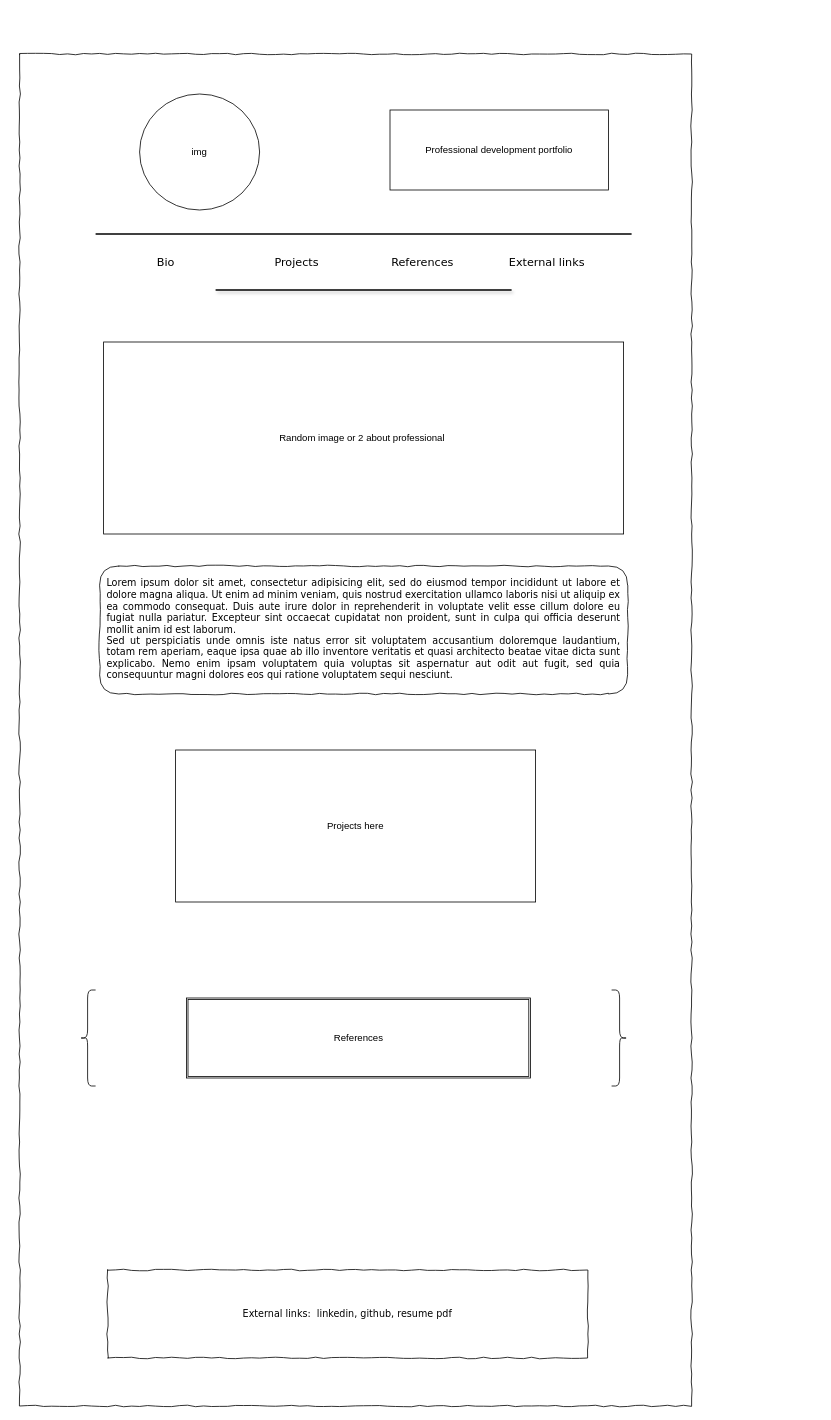
Earlier version of the draw.io diagram Mobile-wireframe.drawio (kicknback/Portfolio). Source tidied: cells renumbered, new cells numbered last; positions are measured from the earlier drawing's top-left corner, leaving out a move shared by most shapes. Both pictures are drawn from the tidied source at 80%, with x=0, y=0 at pixel (19, 54).
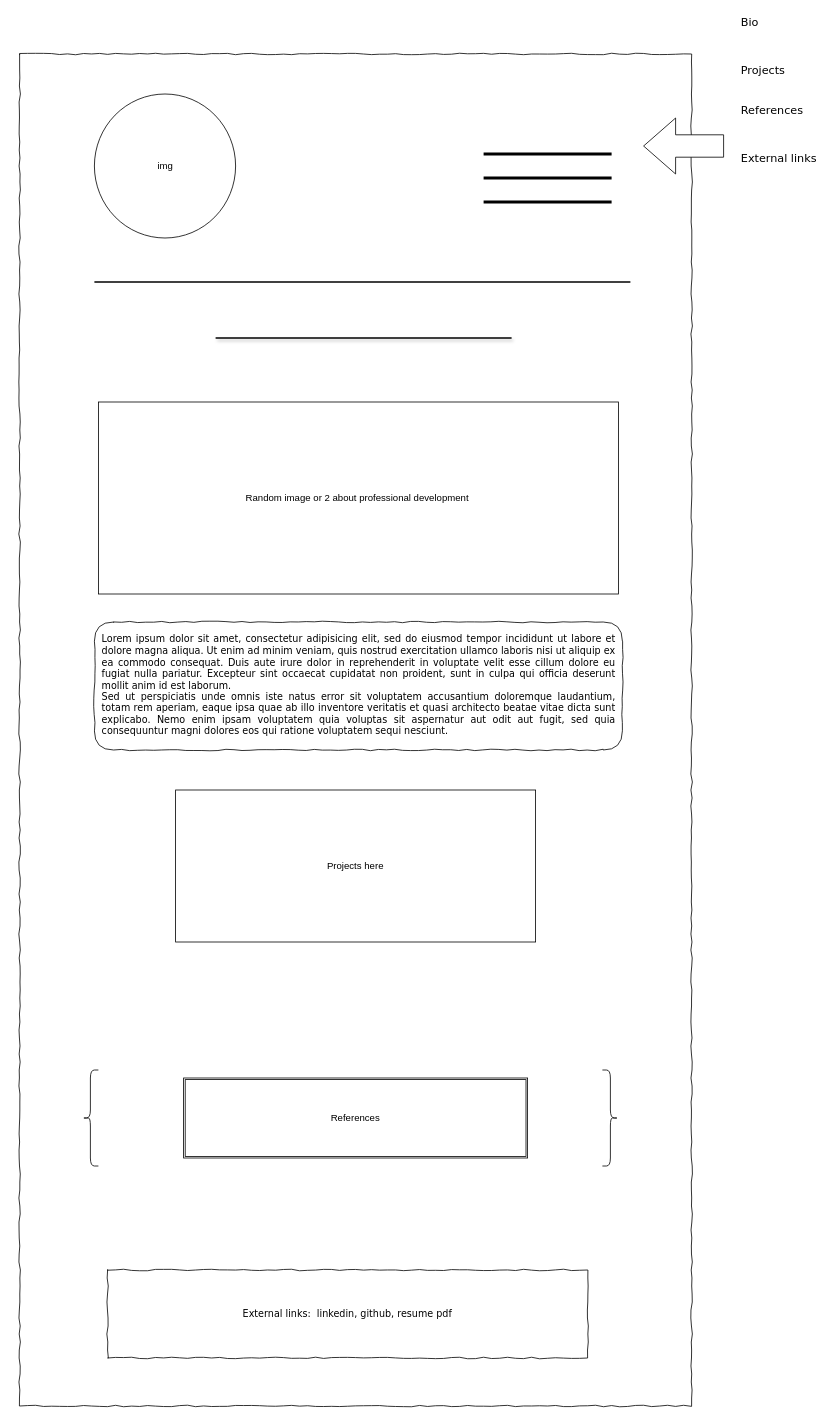
After the change.

Change to the diagram source:
```diff
@@
     <mxCell id="4" value="Bio" style="text;html=1;align=left;verticalAlign=top;spacingTop=-4;fontSize=14;fontFamily=Verdana;" parent="1" vertex="1">
-      <mxGeometry x="170" y="250" width="60" height="20" as="geometry" />
+      <mxGeometry x="900" y="-50" width="60" height="20" as="geometry" />
     </mxCell>
     <mxCell id="5" value="Projects" style="text;html=1;align=left;verticalAlign=top;spacingTop=-4;fontSize=14;fontFamily=Verdana;" parent="1" vertex="1">
-      <mxGeometry x="317" y="250" width="60" height="20" as="geometry" />
+      <mxGeometry x="900" y="10" width="60" height="20" as="geometry" />
     </mxCell>
     <mxCell id="6" value="References" style="text;html=1;align=left;verticalAlign=top;spacingTop=-4;fontSize=14;fontFamily=Verdana;" parent="1" vertex="1">
-      <mxGeometry x="463" y="250" width="60" height="20" as="geometry" />
+      <mxGeometry x="900" y="60" width="60" height="20" as="geometry" />
     </mxCell>
     <mxCell id="7" value="External links" style="text;html=1;align=left;verticalAlign=top;spacingTop=-4;fontSize=14;fontFamily=Verdana;" parent="1" vertex="1">
-      <mxGeometry x="610" y="250" width="60" height="20" as="geometry" />
+      <mxGeometry x="900" y="120" width="60" height="20" as="geometry" />
     </mxCell>
     <mxCell id="8" value="&lt;div style=&quot;text-align: justify&quot;&gt;&lt;span&gt;Lorem ipsum dolor sit amet, consectetur adipisicing elit, sed do eiusmod tempor incididunt ut labore et dolore magna aliqua. Ut enim ad minim veniam, quis nostrud exercitation ullamco laboris nisi ut aliquip ex ea commodo consequat. Duis aute irure dolor in reprehenderit in voluptate velit esse cillum dolore eu fugiat nulla pariatur. Excepteur sint occaecat cupidatat non proident, sunt in culpa qui officia deserunt mollit anim id est laborum.&lt;/span&gt;&lt;/div&gt;&lt;div style=&quot;text-align: justify&quot;&gt;&lt;span&gt;Sed ut perspiciatis unde omnis iste natus error sit voluptatem accusantium doloremque laudantium, totam rem aperiam, eaque ipsa quae ab illo inventore veritatis et quasi architecto beatae vitae dicta sunt explicabo. Nemo enim ipsam voluptatem quia voluptas sit aspernatur aut odit aut fugit, sed quia consequuntur magni dolores eos qui ratione voluptatem sequi nesciunt.&amp;nbsp;&lt;/span&gt;&lt;/div&gt;" style="whiteSpace=wrap;html=1;rounded=1;shadow=0;labelBackgroundColor=none;strokeWidth=1;fillColor=none;fontFamily=Verdana;fontSize=12;align=center;verticalAlign=top;spacing=10;comic=1;" parent="1" vertex="1">
-      <mxGeometry x="100" y="640" width="660" height="160" as="geometry" />
+      <mxGeometry x="93.5" y="710" width="660" height="160" as="geometry" />
     </mxCell>
@@
     <mxCell id="10" style="line;strokeWidth=2;html=1;rounded=1;shadow=1;glass=0;gradientColor=none;" parent="1" vertex="1">
-      <mxGeometry x="245" y="290" width="370" height="10" as="geometry" />
+      <mxGeometry x="245" y="350" width="370" height="10" as="geometry" />
     </mxCell>
     <mxCell id="11" value="img" style="ellipse;whiteSpace=wrap;html=1;" parent="1" vertex="1">
-      <mxGeometry x="150" y="50" width="150" height="145" as="geometry" />
+      <mxGeometry x="93.5" y="50" width="176.5" height="180" as="geometry" />
     </mxCell>
-    <mxCell id="12" value="Professional development portfolio" style="rounded=0;whiteSpace=wrap;html=1;" parent="1" vertex="1">
-      <mxGeometry x="463" y="70" width="273" height="100" as="geometry" />
-    </mxCell>
-    <mxCell id="13" value="Random image or 2 about professional&amp;nbsp;" style="rounded=0;whiteSpace=wrap;html=1;" parent="1" vertex="1">
-      <mxGeometry x="105" y="360" width="650" height="240" as="geometry" />
+    <mxCell id="13" value="Random image or 2 about professional development&amp;nbsp;" style="rounded=0;whiteSpace=wrap;html=1;" parent="1" vertex="1">
+      <mxGeometry x="98.5" y="435" width="650" height="240" as="geometry" />
     </mxCell>
     <mxCell id="14" value="Projects here" style="rounded=0;whiteSpace=wrap;html=1;" parent="1" vertex="1">
-      <mxGeometry x="195" y="870" width="450" height="190" as="geometry" />
+      <mxGeometry x="195" y="920" width="450" height="190" as="geometry" />
     </mxCell>
     <mxCell id="15" style="line;strokeWidth=2;html=1;" parent="1" vertex="1">
-      <mxGeometry x="95" y="220" width="670" height="10" as="geometry" />
+      <mxGeometry x="93.5" y="280" width="670" height="10" as="geometry" />
     </mxCell>
     <mxCell id="16" style="shape=curlyBracket;whiteSpace=wrap;html=1;rounded=1;" parent="1" vertex="1">
-      <mxGeometry x="75" y="1170" width="20" height="120" as="geometry" />
+      <mxGeometry x="78.5" y="1270" width="20" height="120" as="geometry" />
     </mxCell>
     <mxCell id="17" style="shape=curlyBracket;whiteSpace=wrap;html=1;rounded=1;flipH=1;" parent="1" vertex="1">
-      <mxGeometry x="740" y="1170" width="20" height="120" as="geometry" />
+      <mxGeometry x="728.5" y="1270" width="20" height="120" as="geometry" />
     </mxCell>
     <mxCell id="18" value="References" style="shape=ext;double=1;rounded=0;whiteSpace=wrap;html=1;" parent="1" vertex="1">
-      <mxGeometry x="208.5" y="1180" width="430" height="100" as="geometry" />
+      <mxGeometry x="205" y="1280" width="430" height="100" as="geometry" />
     </mxCell>
+    <mxCell id="19" style="line;strokeWidth=4;html=1;perimeter=backbonePerimeter;" parent="1" vertex="1">
+      <mxGeometry x="580" y="180" width="160" height="10" as="geometry" />
+    </mxCell>
+    <mxCell id="20" style="line;strokeWidth=4;html=1;perimeter=backbonePerimeter;" parent="1" vertex="1">
+      <mxGeometry x="580" y="120" width="160" height="10" as="geometry" />
+    </mxCell>
+    <mxCell id="21" style="line;strokeWidth=4;html=1;perimeter=backbonePerimeter;" parent="1" vertex="1">
+      <mxGeometry x="580" y="150" width="160" height="10" as="geometry" />
+    </mxCell>
+    <mxCell id="22" style="html=1;shadow=0;dashed=0;align=center;verticalAlign=middle;shape=mxgraph.arrows2.arrow;dy=0.6;dx=40;flipH=1;notch=0;" parent="1" vertex="1">
+      <mxGeometry x="780" y="80" width="100" height="70" as="geometry" />
+    </mxCell>
```
